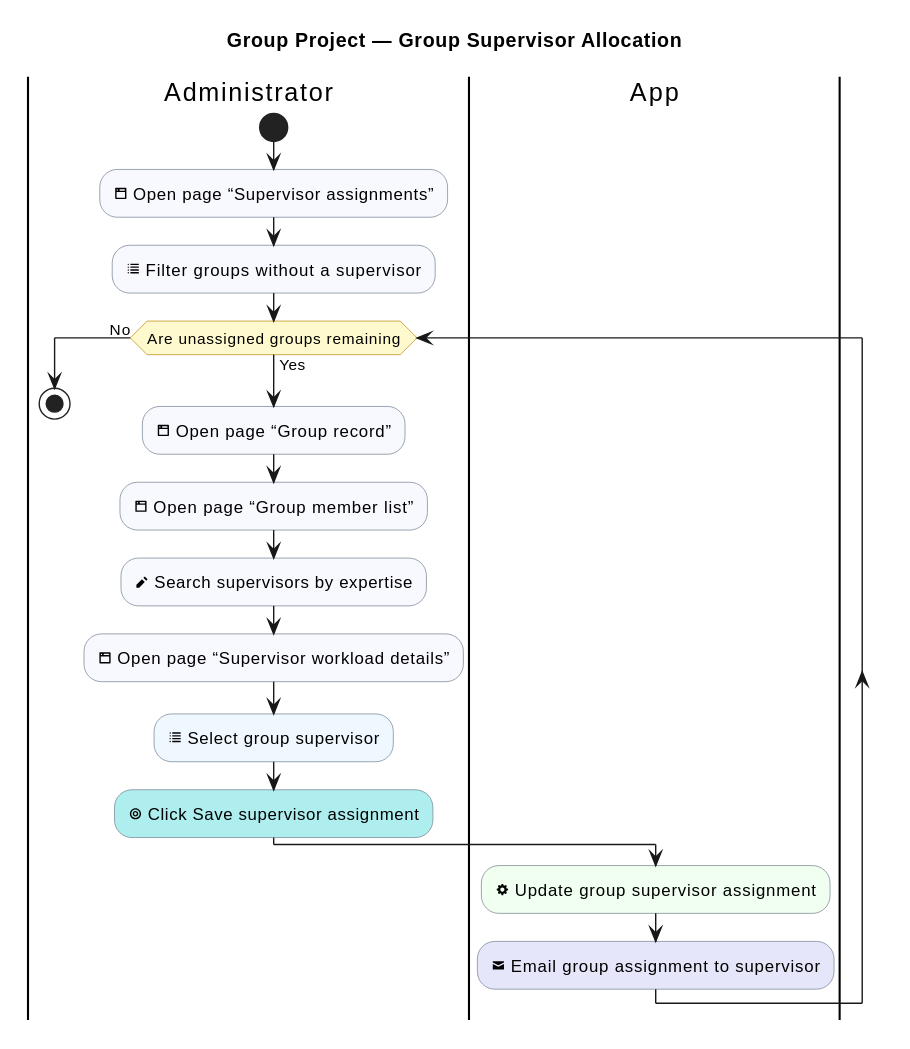
The PlantUML diagram industrial-placement-group-project/diagrams/group-project/supervisor-allocation.svg in sdflkjssl/sdflkjssl.github.io, before a commit.
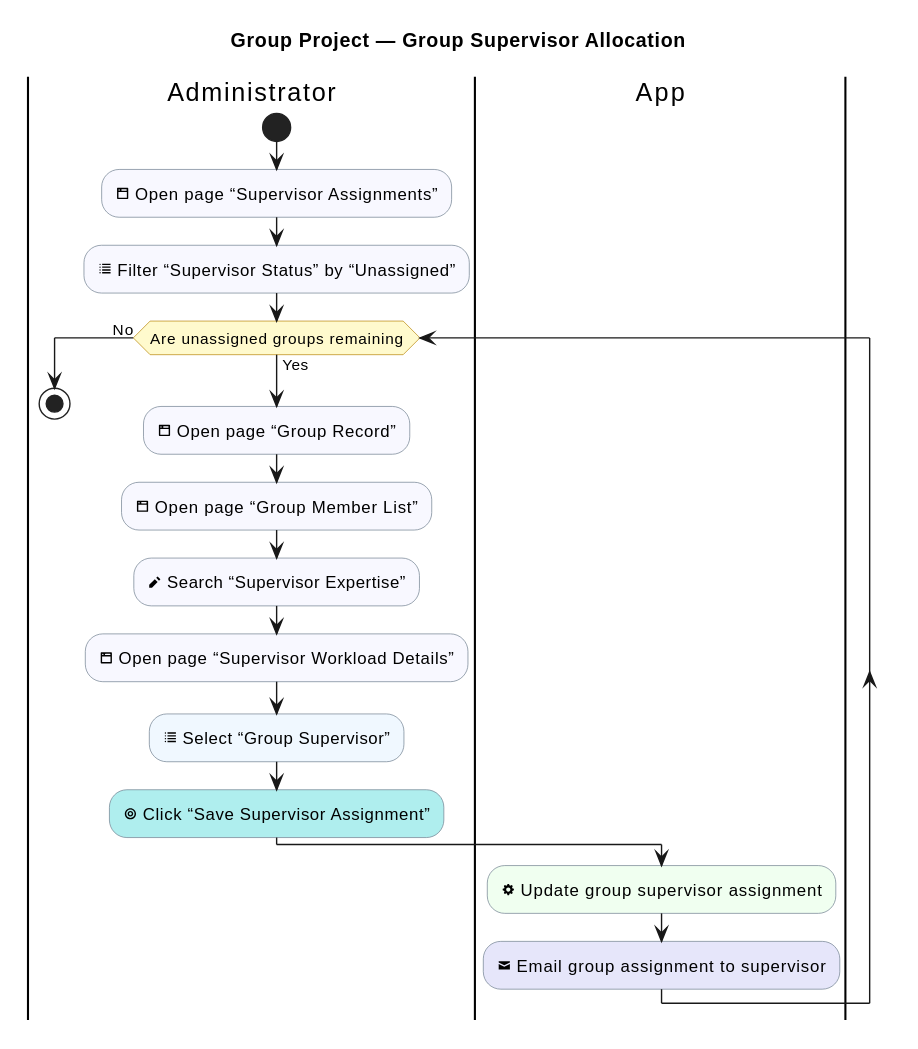
Later version of the same file.

Change to the diagram source:
```diff
@@ -12,15 +12,15 @@
 
 |Administrator|
 start
-:<&browser> Open page “Supervisor assignments”; <<#GhostWhite>>
-:<&list> Filter groups without a supervisor; <<#GhostWhite>>
+:<&browser> Open page “Supervisor Assignments”; <<#GhostWhite>>
+:<&list> Filter “Supervisor Status” by “Unassigned”; <<#GhostWhite>>
 while (Are unassigned groups remaining) is (Yes)
-  :<&browser> Open page “Group record”; <<#GhostWhite>>
-  :<&browser> Open page “Group member list”; <<#GhostWhite>>
-  :<&pencil> Search supervisors by expertise; <<#GhostWhite>>
-  :<&browser> Open page “Supervisor workload details”; <<#GhostWhite>>
-  :<&list> Select group supervisor; <<#AliceBlue>>
-  :<&target> Click Save supervisor assignment; <<#PaleTurquoise>>
+  :<&browser> Open page “Group Record”; <<#GhostWhite>>
+  :<&browser> Open page “Group Member List”; <<#GhostWhite>>
+  :<&pencil> Search “Supervisor Expertise”; <<#GhostWhite>>
+  :<&browser> Open page “Supervisor Workload Details”; <<#GhostWhite>>
+  :<&list> Select “Group Supervisor”; <<#AliceBlue>>
+  :<&target> Click “Save Supervisor Assignment”; <<#PaleTurquoise>>
   |App|
   :<&cog> Update group supervisor assignment; <<#HoneyDew>>
   :<&envelope-closed> Email group assignment to supervisor; <<#Lavender>>
```
